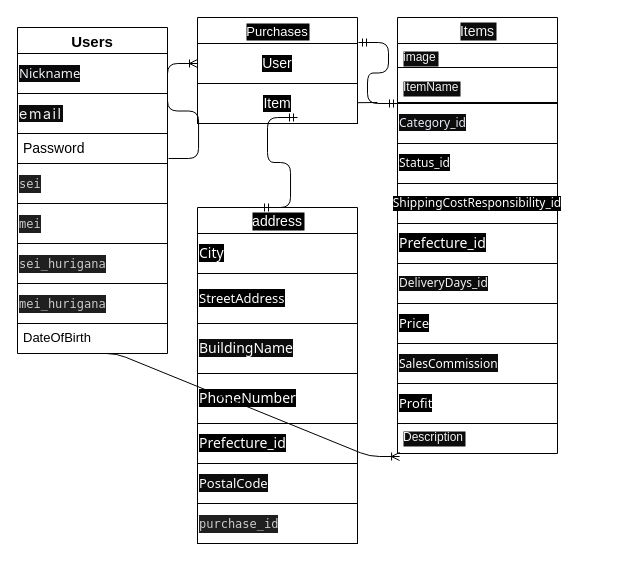
The draw.io diagram test.dio in ksffiafjei/furima-39385, before the edit. Source tidied: cells renumbered, new cells numbered last; positions are measured from the earlier drawing's top-left corner, leaving out a move shared by most shapes. Both pictures are drawn from the tidied source at 100%, with x=0, y=0 at pixel (17, 17).
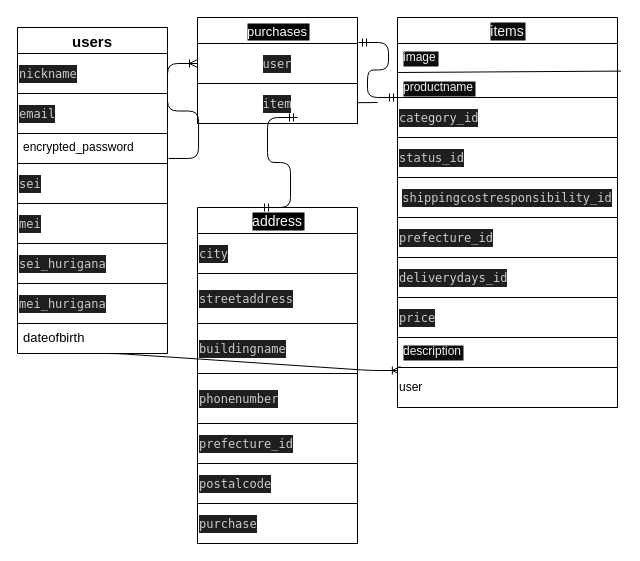
The same page after the edit.

The change refers to these unchanged cells:
```xml
<mxCell id="33" value="address" style="swimlane;fontStyle=0;horizontal=1;startSize=26;align=center;fontSize=14;labelBackgroundColor=#000000;fontColor=#FFFFFF;" parent="1" vertex="1">
  <mxGeometry x="180" y="190" width="160" height="296" as="geometry" />
</mxCell>
```

Change to the diagram source:
```diff
@@
-    <mxCell id="3" value="Users" style="swimlane;fontStyle=1;horizontal=1;startSize=26;align=center;fontSize=15;" parent="1" vertex="1">
+    <mxCell id="3" value="users" style="swimlane;fontStyle=1;horizontal=1;startSize=26;align=center;fontSize=15;" parent="1" vertex="1">
       <mxGeometry y="10" width="150" height="326" as="geometry" />
     </mxCell>
-    <mxCell id="4" value="&lt;span style=&quot;font-family: Söhne, ui-sans-serif, system-ui, -apple-system, &amp;quot;Segoe UI&amp;quot;, Roboto, Ubuntu, Cantarell, &amp;quot;Noto Sans&amp;quot;, sans-serif, &amp;quot;Helvetica Neue&amp;quot;, Arial, &amp;quot;Apple Color Emoji&amp;quot;, &amp;quot;Segoe UI Emoji&amp;quot;, &amp;quot;Segoe UI Symbol&amp;quot;, &amp;quot;Noto Color Emoji&amp;quot;; background-color: rgb(9, 9, 11);&quot;&gt;&lt;font style=&quot;font-size: 13px;&quot; color=&quot;#f0f2f5&quot;&gt;Nickname&lt;/font&gt;&lt;/span&gt;" style="whiteSpace=wrap;html=1;align=left;" parent="3" vertex="1">
+    <mxCell id="4" value="&lt;div style=&quot;color: rgb(204, 204, 204); background-color: rgb(31, 31, 31); font-family: Menlo, Monaco, &amp;quot;Courier New&amp;quot;, monospace; line-height: 18px;&quot;&gt;nickname&lt;/div&gt;" style="whiteSpace=wrap;html=1;align=left;" parent="3" vertex="1">
       <mxGeometry y="26" width="150" height="40" as="geometry" />
     </mxCell>
-    <mxCell id="5" value="&lt;span style=&quot;font-family: -apple-system, &amp;quot;system-ui&amp;quot;, &amp;quot;Noto Sans JP&amp;quot;, &amp;quot;Hiragino Sans&amp;quot;, &amp;quot;Hiragino Kaku Gothic ProN&amp;quot;, &amp;quot;segoe ui&amp;quot;, メイリオ, Meiryo, &amp;quot;ＭＳ Ｐゴシック&amp;quot;, &amp;quot;MS PGothic&amp;quot;, sans-serif; font-size: 14.24px; letter-spacing: 1.6px; background-color: rgb(13, 12, 12);&quot;&gt;&lt;font color=&quot;#f3f2f2&quot;&gt;email&lt;/font&gt;&lt;/span&gt;" style="whiteSpace=wrap;html=1;align=left;" parent="3" vertex="1">
+    <mxCell id="5" value="&lt;div style=&quot;color: rgb(204, 204, 204); background-color: rgb(31, 31, 31); font-family: Menlo, Monaco, &amp;quot;Courier New&amp;quot;, monospace; line-height: 18px;&quot;&gt;email&lt;/div&gt;" style="whiteSpace=wrap;html=1;align=left;" parent="3" vertex="1">
       <mxGeometry y="66" width="150" height="40" as="geometry" />
     </mxCell>
-    <mxCell id="6" value="Password " style="text;strokeColor=none;fillColor=none;spacingLeft=4;spacingRight=4;overflow=hidden;points=[[0,0.5],[1,0.5]];portConstraint=eastwest;fontSize=14;" parent="3" vertex="1">
+    <mxCell id="6" value="encrypted_password" style="text;strokeColor=none;fillColor=none;spacingLeft=4;spacingRight=4;overflow=hidden;points=[[0,0.5],[1,0.5]];portConstraint=eastwest;fontSize=12;verticalAlign=top;" parent="3" vertex="1">
       <mxGeometry y="106" width="150" height="30" as="geometry" />
     </mxCell>
@@
-    <mxCell id="11" value="DateOfBirth" style="text;strokeColor=none;fillColor=none;spacingLeft=4;spacingRight=4;overflow=hidden;points=[[0,0.5],[1,0.5]];portConstraint=eastwest;fontSize=13;" parent="3" vertex="1">
+    <mxCell id="11" value="dateofbirth " style="text;strokeColor=none;fillColor=none;spacingLeft=4;spacingRight=4;overflow=hidden;points=[[0,0.5],[1,0.5]];portConstraint=eastwest;fontSize=13;" parent="3" vertex="1">
       <mxGeometry y="296" width="150" height="30" as="geometry" />
     </mxCell>
-    <mxCell id="12" value="Items" style="swimlane;fontStyle=0;horizontal=1;startSize=26;align=center;fontSize=14;labelBackgroundColor=#0d0c0c;fontColor=#f3f2f2;" parent="1" vertex="1">
-      <mxGeometry x="380" width="160" height="436" as="geometry" />
+    <mxCell id="12" value="items" style="swimlane;fontStyle=0;horizontal=1;startSize=26;align=center;fontSize=14;labelBackgroundColor=#0d0c0c;fontColor=#f3f2f2;" parent="1" vertex="1">
+      <mxGeometry x="380" width="220" height="350" as="geometry" />
     </mxCell>
     <mxCell id="13" value="image" style="text;strokeColor=none;fillColor=none;spacingLeft=4;spacingRight=4;overflow=hidden;points=[[0,0.5],[1,0.5]];portConstraint=eastwest;fontSize=12;labelBackgroundColor=#0d0c0c;fontColor=#f3f2f2;" parent="12" vertex="1">
-      <mxGeometry y="26" width="160" height="30" as="geometry" />
+      <mxGeometry y="26" width="220" height="30" as="geometry" />
     </mxCell>
-    <mxCell id="14" style="endArrow=none;html=1;rounded=0;fontSize=13;fontColor=#FFFFFF;" parent="12" edge="1">
+    <mxCell id="14" style="endArrow=none;html=1;rounded=0;fontSize=13;fontColor=#FFFFFF;" parent="12" edge="1" target="13">
       <mxGeometry relative="1" as="geometry">
         <mxPoint y="50" as="sourcePoint" />
-        <mxPoint x="160" y="50" as="targetPoint" />
       </mxGeometry>
     </mxCell>
+    <mxCell id="45" style="endArrow=none;html=1;rounded=0;fontSize=12;entryX=1.016;entryY=-0.1;entryDx=0;entryDy=0;entryPerimeter=0;" parent="12" edge="1" target="15">
+      <mxGeometry relative="1" as="geometry">
+        <mxPoint y="55" as="sourcePoint" />
+      </mxGeometry>
+    </mxCell>
-    <mxCell id="15" value="ItemName" style="text;strokeColor=none;fillColor=none;spacingLeft=4;spacingRight=4;overflow=hidden;points=[[0,0.5],[1,0.5]];portConstraint=eastwest;fontSize=12;labelBackgroundColor=#0d0c0c;fontColor=#f3f2f2;" parent="12" vertex="1">
-      <mxGeometry y="56" width="160" height="30" as="geometry" />
+    <mxCell id="15" value="productname" style="text;strokeColor=none;fillColor=none;spacingLeft=4;spacingRight=4;overflow=hidden;points=[[0,0.5],[1,0.5]];portConstraint=eastwest;fontSize=12;labelBackgroundColor=#0d0c0c;fontColor=#f3f2f2;" parent="12" vertex="1">
+      <mxGeometry y="56" width="220" height="24" as="geometry" />
     </mxCell>
@@
-    <mxCell id="17" value="&lt;span style=&quot;font-family: Söhne, ui-sans-serif, system-ui, -apple-system, &amp;quot;Segoe UI&amp;quot;, Roboto, Ubuntu, Cantarell, &amp;quot;Noto Sans&amp;quot;, sans-serif, &amp;quot;Helvetica Neue&amp;quot;, Arial, &amp;quot;Apple Color Emoji&amp;quot;, &amp;quot;Segoe UI Emoji&amp;quot;, &amp;quot;Segoe UI Symbol&amp;quot;, &amp;quot;Noto Color Emoji&amp;quot;; font-size: 12px; background-color: rgb(12, 12, 13);&quot;&gt;&lt;font color=&quot;#e7ecf4&quot; style=&quot;font-size: 12px;&quot;&gt;Category_id&lt;/font&gt;&lt;/span&gt;" style="whiteSpace=wrap;html=1;align=left;labelBackgroundColor=#0d0c0c;fontSize=12;fontColor=#f3f2f2;" parent="12" vertex="1">
-      <mxGeometry y="86" width="160" height="40" as="geometry" />
+    <mxCell id="17" value="&lt;div style=&quot;color: rgb(204, 204, 204); background-color: rgb(31, 31, 31); font-family: Menlo, Monaco, &amp;quot;Courier New&amp;quot;, monospace; line-height: 18px;&quot;&gt;category_id&lt;/div&gt;" style="whiteSpace=wrap;html=1;align=left;labelBackgroundColor=#0d0c0c;fontSize=12;fontColor=#f3f2f2;" parent="12" vertex="1">
+      <mxGeometry y="80" width="220" height="40" as="geometry" />
     </mxCell>
-    <mxCell id="18" value="&lt;span style=&quot;font-family: Söhne, ui-sans-serif, system-ui, -apple-system, &amp;quot;Segoe UI&amp;quot;, Roboto, Ubuntu, Cantarell, &amp;quot;Noto Sans&amp;quot;, sans-serif, &amp;quot;Helvetica Neue&amp;quot;, Arial, &amp;quot;Apple Color Emoji&amp;quot;, &amp;quot;Segoe UI Emoji&amp;quot;, &amp;quot;Segoe UI Symbol&amp;quot;, &amp;quot;Noto Color Emoji&amp;quot;; font-size: 12px; background-color: rgb(0, 0, 0);&quot;&gt;&lt;font color=&quot;#ffffff&quot; style=&quot;font-size: 12px;&quot;&gt;Status_id&lt;/font&gt;&lt;/span&gt;" style="whiteSpace=wrap;html=1;align=left;labelBackgroundColor=#0d0c0c;fontSize=12;fontColor=#f3f2f2;" parent="12" vertex="1">
-      <mxGeometry y="126" width="160" height="40" as="geometry" />
+    <mxCell id="18" value="&lt;div style=&quot;color: rgb(204, 204, 204); background-color: rgb(31, 31, 31); font-family: Menlo, Monaco, &amp;quot;Courier New&amp;quot;, monospace; line-height: 18px;&quot;&gt;status_id&lt;/div&gt;" style="whiteSpace=wrap;html=1;align=left;labelBackgroundColor=#0d0c0c;fontSize=12;fontColor=#f3f2f2;" parent="12" vertex="1">
+      <mxGeometry y="120" width="220" height="40" as="geometry" />
     </mxCell>
-    <mxCell id="19" value="&lt;span style=&quot;font-family: Söhne, ui-sans-serif, system-ui, -apple-system, &amp;quot;Segoe UI&amp;quot;, Roboto, Ubuntu, Cantarell, &amp;quot;Noto Sans&amp;quot;, sans-serif, &amp;quot;Helvetica Neue&amp;quot;, Arial, &amp;quot;Apple Color Emoji&amp;quot;, &amp;quot;Segoe UI Emoji&amp;quot;, &amp;quot;Segoe UI Symbol&amp;quot;, &amp;quot;Noto Color Emoji&amp;quot;; font-size: 12px; text-align: left;&quot;&gt;ShippingCostResponsibility_id&lt;/span&gt;" style="whiteSpace=wrap;html=1;align=center;labelBackgroundColor=#000000;fontSize=12;fontColor=#FFFFFF;" parent="12" vertex="1">
-      <mxGeometry y="166" width="160" height="40" as="geometry" />
+    <mxCell id="19" value="&lt;div style=&quot;color: rgb(204, 204, 204); background-color: rgb(31, 31, 31); font-family: Menlo, Monaco, &amp;quot;Courier New&amp;quot;, monospace; line-height: 18px;&quot;&gt;shippingcostresponsibility_id&lt;/div&gt;" style="whiteSpace=wrap;html=1;align=center;labelBackgroundColor=#000000;fontSize=12;fontColor=#FFFFFF;" parent="12" vertex="1">
+      <mxGeometry y="160" width="220" height="40" as="geometry" />
     </mxCell>
-    <mxCell id="20" value="&lt;span style=&quot;color: rgb(255, 255, 255); font-family: Söhne, ui-sans-serif, system-ui, -apple-system, &amp;quot;Segoe UI&amp;quot;, Roboto, Ubuntu, Cantarell, &amp;quot;Noto Sans&amp;quot;, sans-serif, &amp;quot;Helvetica Neue&amp;quot;, Arial, &amp;quot;Apple Color Emoji&amp;quot;, &amp;quot;Segoe UI Emoji&amp;quot;, &amp;quot;Segoe UI Symbol&amp;quot;, &amp;quot;Noto Color Emoji&amp;quot;; font-size: 14px; background-color: rgb(0, 0, 0);&quot;&gt;Prefecture_id&lt;/span&gt;" style="whiteSpace=wrap;html=1;align=left;labelBackgroundColor=#0d0c0c;fontSize=12;fontColor=#f6f4f4;" parent="12" vertex="1">
-      <mxGeometry y="206" width="160" height="40" as="geometry" />
+    <mxCell id="20" value="&lt;div style=&quot;color: rgb(204, 204, 204); background-color: rgb(31, 31, 31); font-family: Menlo, Monaco, &amp;quot;Courier New&amp;quot;, monospace; line-height: 18px;&quot;&gt;prefecture_id&lt;/div&gt;" style="whiteSpace=wrap;html=1;align=left;labelBackgroundColor=#0d0c0c;fontSize=12;fontColor=#f6f4f4;" parent="12" vertex="1">
+      <mxGeometry y="200" width="220" height="40" as="geometry" />
     </mxCell>
-    <mxCell id="21" value="&lt;span style=&quot;font-family: Söhne, ui-sans-serif, system-ui, -apple-system, &amp;quot;Segoe UI&amp;quot;, Roboto, Ubuntu, Cantarell, &amp;quot;Noto Sans&amp;quot;, sans-serif, &amp;quot;Helvetica Neue&amp;quot;, Arial, &amp;quot;Apple Color Emoji&amp;quot;, &amp;quot;Segoe UI Emoji&amp;quot;, &amp;quot;Segoe UI Symbol&amp;quot;, &amp;quot;Noto Color Emoji&amp;quot;; font-size: 12px;&quot;&gt;DeliveryDays_id&lt;/span&gt;" style="whiteSpace=wrap;html=1;align=left;labelBackgroundColor=#0D0C0C;fontSize=12;fontColor=#F3F2F2;" parent="12" vertex="1">
-      <mxGeometry y="246" width="160" height="40" as="geometry" />
+    <mxCell id="21" value="&lt;div style=&quot;color: rgb(204, 204, 204); background-color: rgb(31, 31, 31); font-family: Menlo, Monaco, &amp;quot;Courier New&amp;quot;, monospace; line-height: 18px;&quot;&gt;deliverydays_id&lt;/div&gt;" style="whiteSpace=wrap;html=1;align=left;labelBackgroundColor=#0D0C0C;fontSize=12;fontColor=#F3F2F2;" parent="12" vertex="1">
+      <mxGeometry y="240" width="220" height="40" as="geometry" />
     </mxCell>
-    <mxCell id="22" value="&lt;span style=&quot;font-family: Söhne, ui-sans-serif, system-ui, -apple-system, &amp;quot;Segoe UI&amp;quot;, Roboto, Ubuntu, Cantarell, &amp;quot;Noto Sans&amp;quot;, sans-serif, &amp;quot;Helvetica Neue&amp;quot;, Arial, &amp;quot;Apple Color Emoji&amp;quot;, &amp;quot;Segoe UI Emoji&amp;quot;, &amp;quot;Segoe UI Symbol&amp;quot;, &amp;quot;Noto Color Emoji&amp;quot;; background-color: rgb(0, 0, 0);&quot;&gt;&lt;font color=&quot;#ffffff&quot;&gt;Price&lt;/font&gt;&lt;/span&gt;" style="whiteSpace=wrap;html=1;align=left;labelBackgroundColor=#0d0c0c;fontSize=13;fontColor=#f3f2f2;" parent="12" vertex="1">
-      <mxGeometry y="286" width="160" height="40" as="geometry" />
+    <mxCell id="22" value="&lt;div style=&quot;color: rgb(204, 204, 204); background-color: rgb(31, 31, 31); font-family: Menlo, Monaco, &amp;quot;Courier New&amp;quot;, monospace; font-size: 12px; line-height: 18px;&quot;&gt;price&lt;/div&gt;" style="whiteSpace=wrap;html=1;align=left;labelBackgroundColor=#0d0c0c;fontSize=13;fontColor=#f3f2f2;" parent="12" vertex="1">
+      <mxGeometry y="280" width="220" height="40" as="geometry" />
     </mxCell>
-    <mxCell id="23" value="&lt;span style=&quot;font-family: Söhne, ui-sans-serif, system-ui, -apple-system, &amp;quot;Segoe UI&amp;quot;, Roboto, Ubuntu, Cantarell, &amp;quot;Noto Sans&amp;quot;, sans-serif, &amp;quot;Helvetica Neue&amp;quot;, Arial, &amp;quot;Apple Color Emoji&amp;quot;, &amp;quot;Segoe UI Emoji&amp;quot;, &amp;quot;Segoe UI Symbol&amp;quot;, &amp;quot;Noto Color Emoji&amp;quot;; background-color: rgb(13, 12, 12);&quot;&gt;&lt;font style=&quot;font-size: 12px;&quot; color=&quot;#ffffff&quot;&gt;SalesCommission&lt;/font&gt;&lt;/span&gt;" style="whiteSpace=wrap;html=1;align=left;labelBackgroundColor=#0d0c0c;fontSize=13;fontColor=#f3f2f2;" parent="12" vertex="1">
-      <mxGeometry y="326" width="160" height="40" as="geometry" />
-    </mxCell>
-    <mxCell id="24" value="&lt;span style=&quot;font-family: Söhne, ui-sans-serif, system-ui, -apple-system, &amp;quot;Segoe UI&amp;quot;, Roboto, Ubuntu, Cantarell, &amp;quot;Noto Sans&amp;quot;, sans-serif, &amp;quot;Helvetica Neue&amp;quot;, Arial, &amp;quot;Apple Color Emoji&amp;quot;, &amp;quot;Segoe UI Emoji&amp;quot;, &amp;quot;Segoe UI Symbol&amp;quot;, &amp;quot;Noto Color Emoji&amp;quot;; background-color: rgb(0, 0, 0);&quot;&gt;&lt;font style=&quot;font-size: 13px;&quot; color=&quot;#ffffff&quot;&gt;Profit&lt;/font&gt;&lt;/span&gt;" style="whiteSpace=wrap;html=1;align=left;labelBackgroundColor=#0d0c0c;fontSize=13;fontColor=#f3f2f2;" parent="12" vertex="1">
-      <mxGeometry y="366" width="160" height="40" as="geometry" />
-    </mxCell>
-    <mxCell id="25" value="Description" style="text;strokeColor=none;fillColor=none;spacingLeft=4;spacingRight=4;overflow=hidden;points=[[0,0.5],[1,0.5]];portConstraint=eastwest;fontSize=12;labelBackgroundColor=#0d0c0c;fontColor=#f3f2f2;" parent="12" vertex="1">
-      <mxGeometry y="406" width="160" height="30" as="geometry" />
+    <mxCell id="25" value="description" style="text;strokeColor=none;fillColor=none;spacingLeft=4;spacingRight=4;overflow=hidden;points=[[0,0.5],[1,0.5]];portConstraint=eastwest;fontSize=12;labelBackgroundColor=#0d0c0c;fontColor=#f3f2f2;" parent="12" vertex="1">
+      <mxGeometry y="320" width="220" height="30" as="geometry" />
     </mxCell>
-    <mxCell id="26" value="Purchases" style="swimlane;fontStyle=0;horizontal=1;startSize=26;align=center;fontSize=13;labelBackgroundColor=#000000;fontColor=#FFFFFF;" parent="1" vertex="1">
+    <mxCell id="26" value="purchases" style="swimlane;fontStyle=0;horizontal=1;startSize=26;align=center;fontSize=13;labelBackgroundColor=#000000;fontColor=#FFFFFF;" parent="1" vertex="1">
       <mxGeometry x="180" width="160" height="106" as="geometry" />
     </mxCell>
@@
-    <mxCell id="30" value="User" style="whiteSpace=wrap;html=1;align=center;labelBackgroundColor=#000000;fontSize=14;fontColor=#FFFFFF;" parent="26" vertex="1">
+    <mxCell id="30" value="&lt;div style=&quot;color: rgb(204, 204, 204); background-color: rgb(31, 31, 31); font-family: Menlo, Monaco, &amp;quot;Courier New&amp;quot;, monospace; font-size: 12px; line-height: 18px;&quot;&gt;user&lt;/div&gt;" style="whiteSpace=wrap;html=1;align=center;labelBackgroundColor=#000000;fontSize=14;fontColor=#FFFFFF;" parent="26" vertex="1">
       <mxGeometry y="26" width="160" height="40" as="geometry" />
     </mxCell>
@@
-    <mxCell id="32" value="Item" style="whiteSpace=wrap;html=1;align=center;labelBackgroundColor=#000000;fontSize=14;fontColor=#FFFFFF;" parent="26" vertex="1">
+    <mxCell id="32" value="&lt;div style=&quot;color: rgb(204, 204, 204); background-color: rgb(31, 31, 31); font-family: Menlo, Monaco, &amp;quot;Courier New&amp;quot;, monospace; font-size: 12px; line-height: 18px;&quot;&gt;item &lt;/div&gt;" style="whiteSpace=wrap;html=1;align=center;labelBackgroundColor=#000000;fontSize=14;fontColor=#FFFFFF;" parent="26" vertex="1">
       <mxGeometry y="66" width="160" height="40" as="geometry" />
     </mxCell>
@@
-    <mxCell id="34" value="&lt;span style=&quot;font-family: Söhne, ui-sans-serif, system-ui, -apple-system, &amp;quot;Segoe UI&amp;quot;, Roboto, Ubuntu, Cantarell, &amp;quot;Noto Sans&amp;quot;, sans-serif, &amp;quot;Helvetica Neue&amp;quot;, Arial, &amp;quot;Apple Color Emoji&amp;quot;, &amp;quot;Segoe UI Emoji&amp;quot;, &amp;quot;Segoe UI Symbol&amp;quot;, &amp;quot;Noto Color Emoji&amp;quot;; background-color: rgb(0, 0, 0);&quot;&gt;&lt;font style=&quot;font-size: 14px;&quot;&gt;City&lt;/font&gt;&lt;/span&gt;" style="whiteSpace=wrap;html=1;align=left;labelBackgroundColor=#000000;fontSize=13;fontColor=#FFFFFF;" parent="33" vertex="1">
+    <mxCell id="34" value="&lt;div style=&quot;color: rgb(204, 204, 204); background-color: rgb(31, 31, 31); font-family: Menlo, Monaco, &amp;quot;Courier New&amp;quot;, monospace; font-size: 12px; line-height: 18px;&quot;&gt;city&lt;/div&gt;" style="whiteSpace=wrap;html=1;align=left;labelBackgroundColor=#000000;fontSize=13;fontColor=#FFFFFF;" parent="33" vertex="1">
       <mxGeometry y="26" width="160" height="40" as="geometry" />
     </mxCell>
-    <mxCell id="35" value="&lt;span style=&quot;font-family: Söhne, ui-sans-serif, system-ui, -apple-system, &amp;quot;Segoe UI&amp;quot;, Roboto, Ubuntu, Cantarell, &amp;quot;Noto Sans&amp;quot;, sans-serif, &amp;quot;Helvetica Neue&amp;quot;, Arial, &amp;quot;Apple Color Emoji&amp;quot;, &amp;quot;Segoe UI Emoji&amp;quot;, &amp;quot;Segoe UI Symbol&amp;quot;, &amp;quot;Noto Color Emoji&amp;quot;; background-color: rgb(0, 0, 0);&quot;&gt;&lt;font style=&quot;font-size: 13px;&quot;&gt;StreetAddress&lt;/font&gt;&lt;/span&gt;" style="whiteSpace=wrap;html=1;align=left;labelBackgroundColor=#000000;fontSize=13;fontColor=#FFFFFF;" parent="33" vertex="1">
+    <mxCell id="35" value="&lt;div style=&quot;color: rgb(204, 204, 204); background-color: rgb(31, 31, 31); font-family: Menlo, Monaco, &amp;quot;Courier New&amp;quot;, monospace; font-size: 12px; line-height: 18px;&quot;&gt;streetaddress &lt;/div&gt;" style="whiteSpace=wrap;html=1;align=left;labelBackgroundColor=#000000;fontSize=13;fontColor=#FFFFFF;" parent="33" vertex="1">
       <mxGeometry y="66" width="160" height="50" as="geometry" />
     </mxCell>
-    <mxCell id="36" value="&lt;span style=&quot;font-family: Söhne, ui-sans-serif, system-ui, -apple-system, &amp;quot;Segoe UI&amp;quot;, Roboto, Ubuntu, Cantarell, &amp;quot;Noto Sans&amp;quot;, sans-serif, &amp;quot;Helvetica Neue&amp;quot;, Arial, &amp;quot;Apple Color Emoji&amp;quot;, &amp;quot;Segoe UI Emoji&amp;quot;, &amp;quot;Segoe UI Symbol&amp;quot;, &amp;quot;Noto Color Emoji&amp;quot;; background-color: rgb(13, 12, 12);&quot;&gt;&lt;font style=&quot;font-size: 14px;&quot;&gt;BuildingName&lt;/font&gt;&lt;/span&gt;" style="whiteSpace=wrap;html=1;align=left;labelBackgroundColor=#000000;fontSize=13;fontColor=#FFFFFF;" parent="33" vertex="1">
+    <mxCell id="36" value="&lt;div style=&quot;color: rgb(204, 204, 204); background-color: rgb(31, 31, 31); font-family: Menlo, Monaco, &amp;quot;Courier New&amp;quot;, monospace; font-size: 12px; line-height: 18px;&quot;&gt;buildingname&lt;/div&gt;" style="whiteSpace=wrap;html=1;align=left;labelBackgroundColor=#000000;fontSize=13;fontColor=#FFFFFF;" parent="33" vertex="1">
       <mxGeometry y="116" width="160" height="50" as="geometry" />
     </mxCell>
-    <mxCell id="37" value="&lt;span style=&quot;font-family: Söhne, ui-sans-serif, system-ui, -apple-system, &amp;quot;Segoe UI&amp;quot;, Roboto, Ubuntu, Cantarell, &amp;quot;Noto Sans&amp;quot;, sans-serif, &amp;quot;Helvetica Neue&amp;quot;, Arial, &amp;quot;Apple Color Emoji&amp;quot;, &amp;quot;Segoe UI Emoji&amp;quot;, &amp;quot;Segoe UI Symbol&amp;quot;, &amp;quot;Noto Color Emoji&amp;quot;; background-color: rgb(0, 0, 0);&quot;&gt;&lt;font style=&quot;font-size: 14px;&quot;&gt;PhoneNumber&lt;/font&gt;&lt;/span&gt;" style="whiteSpace=wrap;html=1;align=left;labelBackgroundColor=#000000;fontSize=13;fontColor=#FFFFFF;" parent="33" vertex="1">
+    <mxCell id="37" value="&lt;div style=&quot;color: rgb(204, 204, 204); background-color: rgb(31, 31, 31); font-family: Menlo, Monaco, &amp;quot;Courier New&amp;quot;, monospace; font-size: 12px; line-height: 18px;&quot;&gt;phonenumber&lt;/div&gt;" style="whiteSpace=wrap;html=1;align=left;labelBackgroundColor=#000000;fontSize=13;fontColor=#FFFFFF;" parent="33" vertex="1">
       <mxGeometry y="166" width="160" height="50" as="geometry" />
     </mxCell>
-    <mxCell id="38" value="&lt;span style=&quot;font-family: Söhne, ui-sans-serif, system-ui, -apple-system, &amp;quot;Segoe UI&amp;quot;, Roboto, Ubuntu, Cantarell, &amp;quot;Noto Sans&amp;quot;, sans-serif, &amp;quot;Helvetica Neue&amp;quot;, Arial, &amp;quot;Apple Color Emoji&amp;quot;, &amp;quot;Segoe UI Emoji&amp;quot;, &amp;quot;Segoe UI Symbol&amp;quot;, &amp;quot;Noto Color Emoji&amp;quot;; background-color: rgb(0, 0, 0);&quot;&gt;&lt;font style=&quot;font-size: 14px;&quot;&gt;Prefecture_id&lt;/font&gt;&lt;/span&gt;" style="whiteSpace=wrap;html=1;align=left;labelBackgroundColor=#000000;fontSize=13;fontColor=#FFFFFF;" parent="33" vertex="1">
+    <mxCell id="38" value="&lt;div style=&quot;color: rgb(204, 204, 204); background-color: rgb(31, 31, 31); font-family: Menlo, Monaco, &amp;quot;Courier New&amp;quot;, monospace; font-size: 12px; line-height: 18px;&quot;&gt;prefecture_id&lt;/div&gt;" style="whiteSpace=wrap;html=1;align=left;labelBackgroundColor=#000000;fontSize=13;fontColor=#FFFFFF;" parent="33" vertex="1">
       <mxGeometry y="216" width="160" height="40" as="geometry" />
     </mxCell>
-    <mxCell id="39" value="&lt;span style=&quot;font-family: Söhne, ui-sans-serif, system-ui, -apple-system, &amp;quot;Segoe UI&amp;quot;, Roboto, Ubuntu, Cantarell, &amp;quot;Noto Sans&amp;quot;, sans-serif, &amp;quot;Helvetica Neue&amp;quot;, Arial, &amp;quot;Apple Color Emoji&amp;quot;, &amp;quot;Segoe UI Emoji&amp;quot;, &amp;quot;Segoe UI Symbol&amp;quot;, &amp;quot;Noto Color Emoji&amp;quot;; background-color: rgb(13, 12, 12);&quot;&gt;&lt;font style=&quot;font-size: 13px;&quot;&gt;PostalCode&lt;/font&gt;&lt;/span&gt;" style="whiteSpace=wrap;html=1;align=left;labelBackgroundColor=#000000;fontSize=13;fontColor=#FFFFFF;" parent="33" vertex="1">
+    <mxCell id="39" value="&lt;div style=&quot;color: rgb(204, 204, 204); background-color: rgb(31, 31, 31); font-family: Menlo, Monaco, &amp;quot;Courier New&amp;quot;, monospace; font-size: 12px; line-height: 18px;&quot;&gt;postalcode &lt;/div&gt;" style="whiteSpace=wrap;html=1;align=left;labelBackgroundColor=#000000;fontSize=13;fontColor=#FFFFFF;" parent="33" vertex="1">
       <mxGeometry y="256" width="160" height="40" as="geometry" />
     </mxCell>
@@
-    <mxCell id="44" value="&lt;div style=&quot;color: rgb(204, 204, 204); background-color: rgb(31, 31, 31); font-family: Menlo, Monaco, &amp;quot;Courier New&amp;quot;, monospace; line-height: 18px;&quot;&gt;purchase_id &lt;/div&gt;" style="whiteSpace=wrap;html=1;align=left;" parent="1" vertex="1">
+    <mxCell id="44" value="&lt;div style=&quot;color: rgb(204, 204, 204); background-color: rgb(31, 31, 31); font-family: Menlo, Monaco, &amp;quot;Courier New&amp;quot;, monospace; line-height: 18px;&quot;&gt;&lt;div style=&quot;line-height: 18px;&quot;&gt;purchase&lt;/div&gt;&lt;/div&gt;" style="whiteSpace=wrap;html=1;align=left;" parent="1" vertex="1">
       <mxGeometry x="180" y="486" width="160" height="40" as="geometry" />
     </mxCell>
+    <mxCell id="46" value="user" style="whiteSpace=wrap;html=1;align=left;fontSize=12;" parent="1" vertex="1">
+      <mxGeometry x="380" y="350" width="220" height="40" as="geometry" />
+    </mxCell>
```
